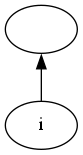
The Graphviz diagram src/printer/images/Symbol.gv.png in KianBankeLarsen/Compiler, before a commit. Its source is kept beside it as src/printer/images/Symbol.gv.
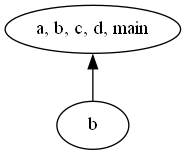
Later version of the same file.

Diff of the diagram source:
```diff
@@ -1,6 +1,6 @@
 digraph Symbol {
 	graph [rankdir=BT]
-	0 [label=""]
-	1 [label=i]
+	0 [label="a, b, c, d, main"]
+	1 [label=b]
 	1 -> 0
 }
```
